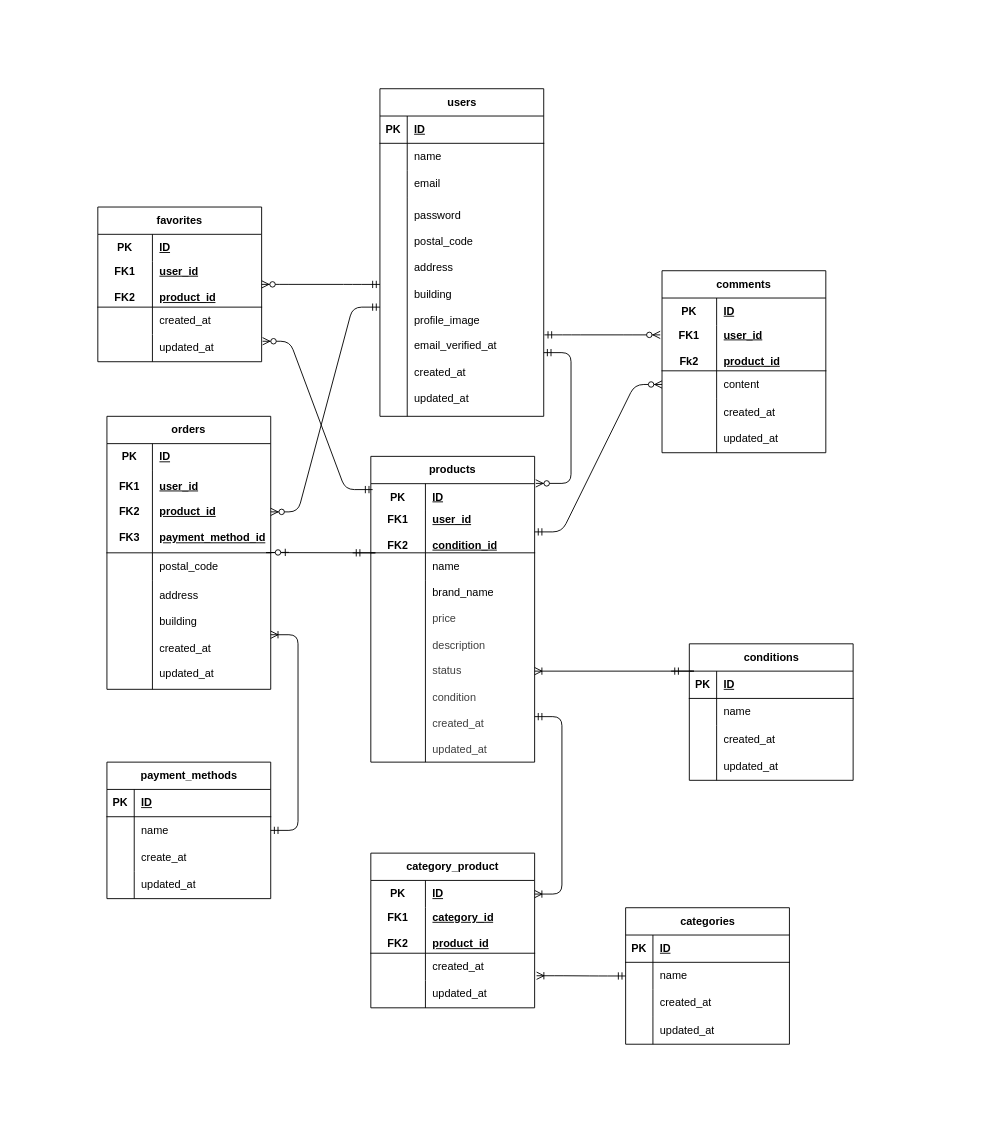
Before: doc/er_diagram.drawio in shiori-nampo/coachtech-flea-market, a draw.io diagram. Source tidied: cells renumbered, new cells numbered last; positions are measured from the earlier drawing's top-left corner, leaving out a move shared by most shapes. Both pictures are drawn from the tidied source at 91%, with x=0, y=0 at pixel (15, 15).
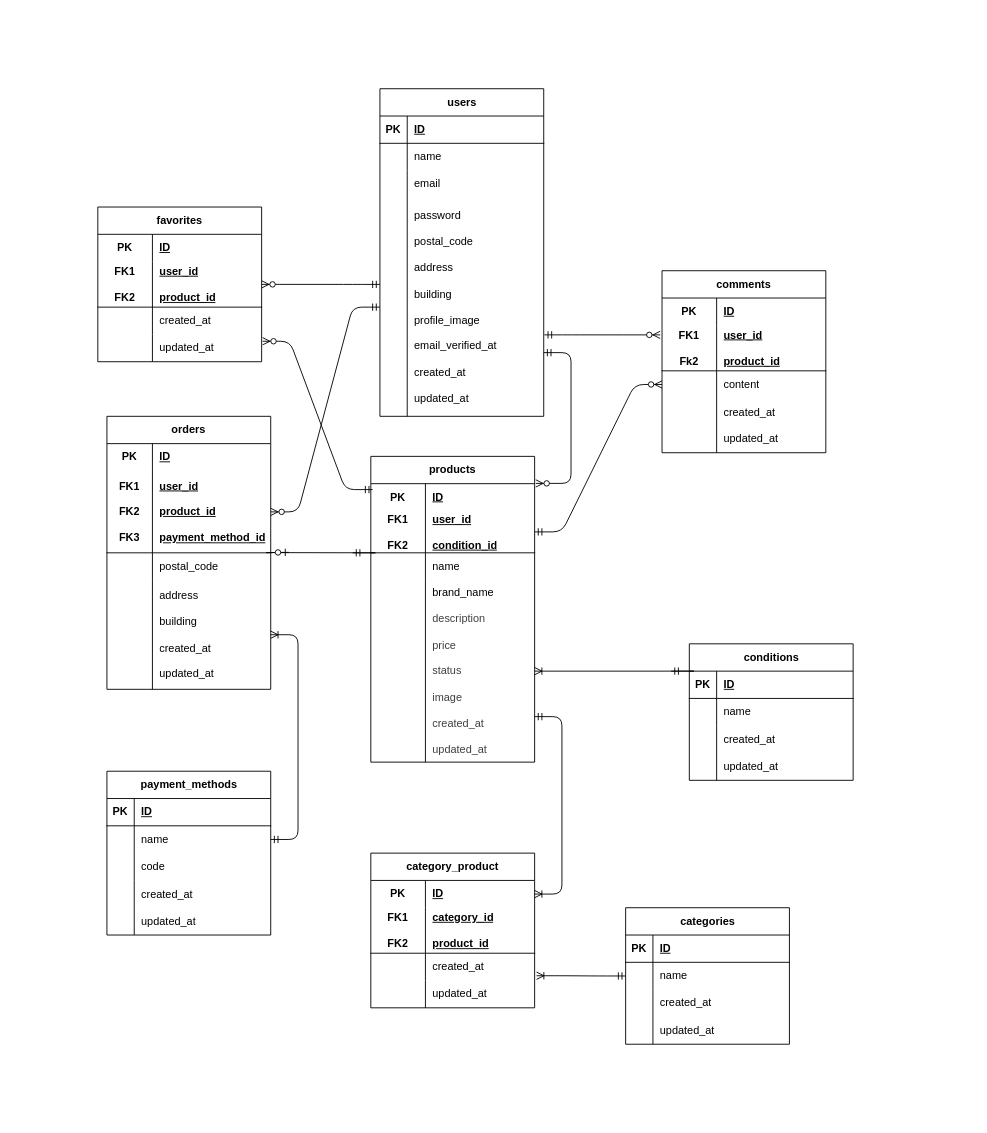
The same page after the edit.

The change refers to these unchanged cells:
```xml
<mxCell id="51" style="shape=tableRow;horizontal=0;startSize=0;swimlaneHead=0;swimlaneBody=0;fillColor=none;points=[[0,0.5],[1,0.5]];portConstraint=eastwest;top=0;left=0;right=0;bottom=0;html=1;" parent="41" vertex="1">
  <mxGeometry y="136" width="180" height="200" as="geometry" />
</mxCell>
<mxCell id="87" style="shape=tableRow;horizontal=0;startSize=0;swimlaneHead=0;swimlaneBody=0;fillColor=none;top=0;left=0;right=0;bottom=0;" parent="80" vertex="1">
  <mxGeometry y="90" width="180" height="30" as="geometry" />
</mxCell>
```

What changed in the source:
```diff
@@
-    <mxCell id="53" value="&lt;div&gt;&lt;span style=&quot;background-color: transparent;&quot;&gt;brand_name&lt;/span&gt;&lt;/div&gt;&lt;div&gt;&lt;div style=&quot;color: rgb(63, 63, 63); scrollbar-color: rgb(226, 226, 226) rgb(251, 251, 251);&quot;&gt;&lt;br style=&quot;color: rgb(63, 63, 63); scrollbar-color: rgb(226, 226, 226) rgb(251, 251, 251);&quot;&gt;&lt;/div&gt;&lt;div style=&quot;color: rgb(63, 63, 63); scrollbar-color: rgb(226, 226, 226) rgb(251, 251, 251);&quot;&gt;price&lt;/div&gt;&lt;div style=&quot;color: rgb(63, 63, 63); scrollbar-color: rgb(226, 226, 226) rgb(251, 251, 251);&quot;&gt;&lt;br style=&quot;color: rgb(63, 63, 63); scrollbar-color: rgb(226, 226, 226) rgb(251, 251, 251);&quot;&gt;&lt;/div&gt;&lt;div style=&quot;color: rgb(63, 63, 63); scrollbar-color: rgb(226, 226, 226) rgb(251, 251, 251);&quot;&gt;&lt;span style=&quot;scrollbar-color: rgb(226, 226, 226) rgb(251, 251, 251); color: rgb(63, 63, 63);&quot;&gt;description&lt;/span&gt;&lt;/div&gt;&lt;div style=&quot;color: rgb(63, 63, 63); scrollbar-color: rgb(226, 226, 226) rgb(251, 251, 251);&quot;&gt;&lt;span style=&quot;scrollbar-color: rgb(226, 226, 226) rgb(251, 251, 251); color: rgb(63, 63, 63);&quot;&gt;&lt;br style=&quot;color: rgb(63, 63, 63); scrollbar-color: rgb(226, 226, 226) rgb(251, 251, 251);&quot;&gt;&lt;/span&gt;&lt;/div&gt;&lt;div style=&quot;color: rgb(63, 63, 63); scrollbar-color: rgb(226, 226, 226) rgb(251, 251, 251);&quot;&gt;status&lt;/div&gt;&lt;div style=&quot;color: rgb(63, 63, 63); scrollbar-color: rgb(226, 226, 226) rgb(251, 251, 251);&quot;&gt;&lt;br style=&quot;color: rgb(63, 63, 63); scrollbar-color: rgb(226, 226, 226) rgb(251, 251, 251);&quot;&gt;&lt;/div&gt;&lt;div style=&quot;color: rgb(63, 63, 63); scrollbar-color: rgb(226, 226, 226) rgb(251, 251, 251);&quot;&gt;condition&lt;/div&gt;&lt;div style=&quot;color: rgb(63, 63, 63); scrollbar-color: rgb(226, 226, 226) rgb(251, 251, 251);&quot;&gt;&lt;br style=&quot;color: rgb(63, 63, 63); scrollbar-color: rgb(226, 226, 226) rgb(251, 251, 251);&quot;&gt;&lt;/div&gt;&lt;div style=&quot;color: rgb(63, 63, 63); scrollbar-color: rgb(226, 226, 226) rgb(251, 251, 251);&quot;&gt;created_at&lt;/div&gt;&lt;div style=&quot;color: rgb(63, 63, 63); scrollbar-color: rgb(226, 226, 226) rgb(251, 251, 251);&quot;&gt;&lt;br style=&quot;color: rgb(63, 63, 63); scrollbar-color: rgb(226, 226, 226) rgb(251, 251, 251);&quot;&gt;&lt;/div&gt;&lt;div style=&quot;color: rgb(63, 63, 63); scrollbar-color: rgb(226, 226, 226) rgb(251, 251, 251);&quot;&gt;updated_at&lt;/div&gt;&lt;/div&gt;" style="shape=partialRectangle;fillColor=none;top=0;left=0;bottom=0;right=0;align=left;spacingLeft=6;overflow=hidden;html=1;whiteSpace=wrap;" parent="51" vertex="1">
+    <mxCell id="53" value="&lt;div&gt;&lt;span style=&quot;background-color: transparent;&quot;&gt;brand_name&lt;/span&gt;&lt;/div&gt;&lt;div&gt;&lt;div style=&quot;color: rgb(63, 63, 63); scrollbar-color: rgb(226, 226, 226) rgb(251, 251, 251);&quot;&gt;&lt;br style=&quot;color: rgb(63, 63, 63); scrollbar-color: rgb(226, 226, 226) rgb(251, 251, 251);&quot;&gt;&lt;/div&gt;&lt;div style=&quot;color: rgb(63, 63, 63); scrollbar-color: rgb(226, 226, 226) rgb(251, 251, 251);&quot;&gt;&lt;span style=&quot;scrollbar-color: rgb(226, 226, 226) rgb(251, 251, 251); color: rgb(63, 63, 63);&quot;&gt;description&lt;/span&gt;&lt;/div&gt;&lt;div style=&quot;color: rgb(63, 63, 63); scrollbar-color: rgb(226, 226, 226) rgb(251, 251, 251);&quot;&gt;&lt;span style=&quot;scrollbar-color: rgb(226, 226, 226) rgb(251, 251, 251); color: rgb(63, 63, 63);&quot;&gt;&lt;br&gt;&lt;/span&gt;&lt;/div&gt;&lt;div style=&quot;color: rgb(63, 63, 63); scrollbar-color: rgb(226, 226, 226) rgb(251, 251, 251);&quot;&gt;price&lt;/div&gt;&lt;div style=&quot;color: rgb(63, 63, 63); scrollbar-color: rgb(226, 226, 226) rgb(251, 251, 251);&quot;&gt;&lt;span style=&quot;scrollbar-color: rgb(226, 226, 226) rgb(251, 251, 251); color: rgb(63, 63, 63);&quot;&gt;&lt;br style=&quot;color: rgb(63, 63, 63); scrollbar-color: rgb(226, 226, 226) rgb(251, 251, 251);&quot;&gt;&lt;/span&gt;&lt;/div&gt;&lt;div style=&quot;color: rgb(63, 63, 63); scrollbar-color: rgb(226, 226, 226) rgb(251, 251, 251);&quot;&gt;status&lt;/div&gt;&lt;div style=&quot;color: rgb(63, 63, 63); scrollbar-color: rgb(226, 226, 226) rgb(251, 251, 251);&quot;&gt;&lt;br style=&quot;color: rgb(63, 63, 63); scrollbar-color: rgb(226, 226, 226) rgb(251, 251, 251);&quot;&gt;&lt;/div&gt;&lt;div style=&quot;color: rgb(63, 63, 63); scrollbar-color: rgb(226, 226, 226) rgb(251, 251, 251);&quot;&gt;image&lt;/div&gt;&lt;div style=&quot;color: rgb(63, 63, 63); scrollbar-color: rgb(226, 226, 226) rgb(251, 251, 251);&quot;&gt;&lt;br style=&quot;color: rgb(63, 63, 63); scrollbar-color: rgb(226, 226, 226) rgb(251, 251, 251);&quot;&gt;&lt;/div&gt;&lt;div style=&quot;color: rgb(63, 63, 63); scrollbar-color: rgb(226, 226, 226) rgb(251, 251, 251);&quot;&gt;created_at&lt;/div&gt;&lt;div style=&quot;color: rgb(63, 63, 63); scrollbar-color: rgb(226, 226, 226) rgb(251, 251, 251);&quot;&gt;&lt;br style=&quot;color: rgb(63, 63, 63); scrollbar-color: rgb(226, 226, 226) rgb(251, 251, 251);&quot;&gt;&lt;/div&gt;&lt;div style=&quot;color: rgb(63, 63, 63); scrollbar-color: rgb(226, 226, 226) rgb(251, 251, 251);&quot;&gt;updated_at&lt;/div&gt;&lt;/div&gt;" style="shape=partialRectangle;fillColor=none;top=0;left=0;bottom=0;right=0;align=left;spacingLeft=6;overflow=hidden;html=1;whiteSpace=wrap;" parent="51" vertex="1">
       <mxGeometry x="60" width="120" height="200" as="geometry" />
     </mxCell>
@@
     <mxCell id="80" value="payment_methods" style="shape=table;startSize=30;childLayout=tableLayout;rowLines=0;fontStyle=1;align=center;html=1;" parent="1" vertex="1">
-      <mxGeometry x="100" y="820" width="180" height="150" as="geometry" />
+      <mxGeometry x="100" y="830" width="180" height="180" as="geometry" />
     </mxCell>
@@
-    <mxCell id="89" value="create_at" style="shape=partialRectangle;fillColor=none;top=0;left=0;bottom=0;right=0;align=left;spacingLeft=6;overflow=hidden;whiteSpace=wrap;html=1;" parent="87" vertex="1">
+    <mxCell id="89" value="code" style="shape=partialRectangle;fillColor=none;top=0;left=0;bottom=0;right=0;align=left;spacingLeft=6;overflow=hidden;whiteSpace=wrap;html=1;" parent="87" vertex="1">
       <mxGeometry x="30" width="150" height="30" as="geometry" />
     </mxCell>
     <mxCell id="90" style="shape=tableRow;horizontal=0;startSize=0;swimlaneHead=0;swimlaneBody=0;fillColor=none;top=0;left=0;right=0;bottom=0;" parent="80" vertex="1">
-      <mxGeometry y="120" width="180" height="30" as="geometry" />
+      <mxGeometry y="120" width="180" height="60" as="geometry" />
     </mxCell>
     <mxCell id="91" style="shape=partialRectangle;fillColor=none;top=0;left=0;bottom=0;right=0;overflow=hidden;whiteSpace=wrap;html=1;" parent="90" vertex="1">
-      <mxGeometry width="30" height="30" as="geometry" />
+      <mxGeometry width="30" height="60" as="geometry" />
     </mxCell>
-    <mxCell id="92" value="updated_at" style="shape=partialRectangle;fillColor=none;top=0;left=0;bottom=0;right=0;align=left;spacingLeft=6;overflow=hidden;whiteSpace=wrap;html=1;" parent="90" vertex="1">
-      <mxGeometry x="30" width="150" height="30" as="geometry" />
+    <mxCell id="92" value="created_at&lt;div&gt;&lt;br&gt;&lt;/div&gt;&lt;div&gt;&lt;span style=&quot;color: rgb(0, 0, 0);&quot;&gt;updated_at&lt;/span&gt;&lt;/div&gt;" style="shape=partialRectangle;fillColor=none;top=0;left=0;bottom=0;right=0;align=left;spacingLeft=6;overflow=hidden;whiteSpace=wrap;html=1;" parent="90" vertex="1">
+      <mxGeometry x="30" width="150" height="60" as="geometry" />
     </mxCell>
```
